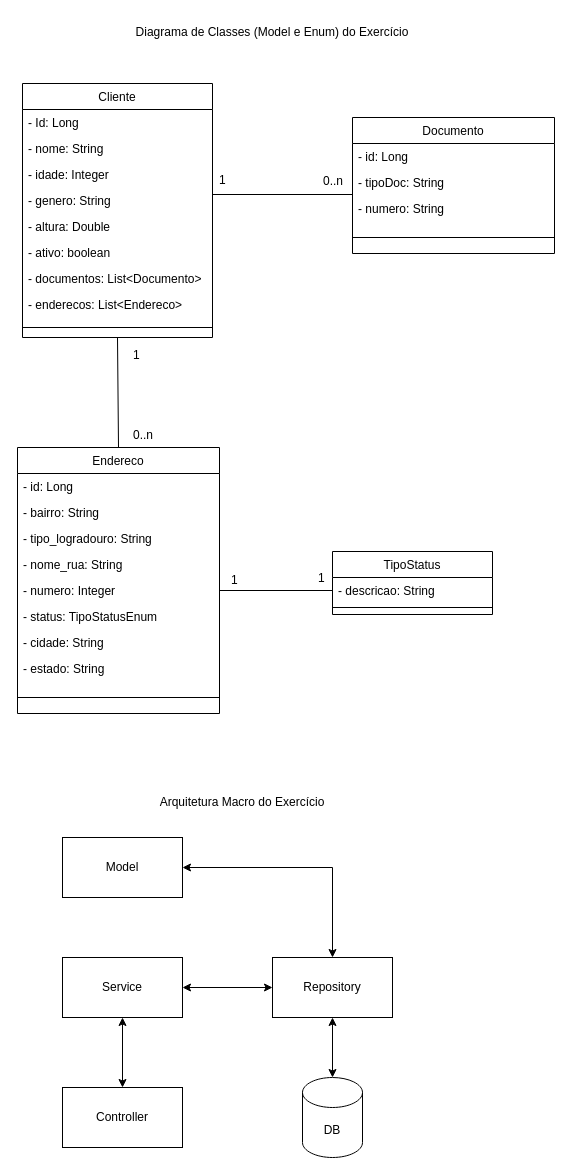
This is projeto-entrega/projeto/src/main/resources/Diagramas.drawio from lauragirdwood/projeto-cliente, a draw.io file, before an edit. Source tidied: cells renumbered, new cells numbered last; positions are measured from the earlier drawing's top-left corner, leaving out a move shared by most shapes. Both pictures are drawn from the tidied source at 100%, with x=0, y=0 at pixel (17, 17).
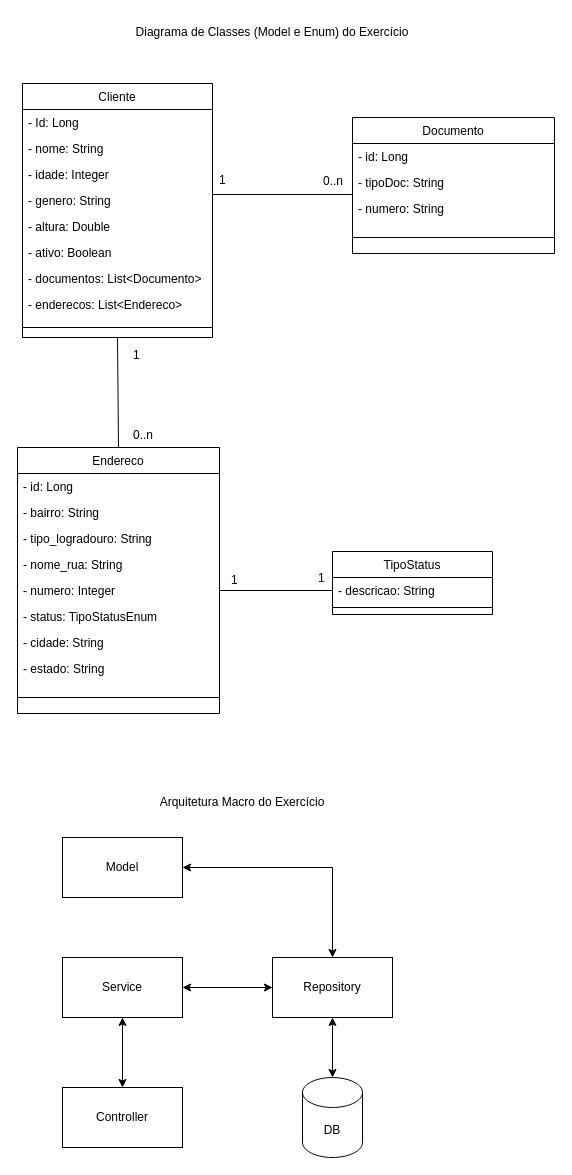
Above is the later version.

The change refers to these unchanged cells:
```xml
<mxCell id="2" value="Cliente" style="swimlane;fontStyle=0;align=center;verticalAlign=top;horizontal=1;startSize=26;rounded=0;shadow=0;strokeWidth=1;" parent="1" vertex="1">
  <mxGeometry x="5" y="66" width="190" height="254" as="geometry" />
</mxCell>
```

What changed in the source:
```diff
@@
-    <mxCell id="8" value="- ativo: boolean" style="text;align=left;verticalAlign=top;spacingLeft=4;spacingRight=4;overflow=hidden;rounded=0;shadow=0;html=0;" parent="2" vertex="1">
+    <mxCell id="8" value="- ativo: Boolean" style="text;align=left;verticalAlign=top;spacingLeft=4;spacingRight=4;overflow=hidden;rounded=0;shadow=0;html=0;" parent="2" vertex="1">
       <mxGeometry y="156" width="190" height="26" as="geometry" />
     </mxCell>
```
